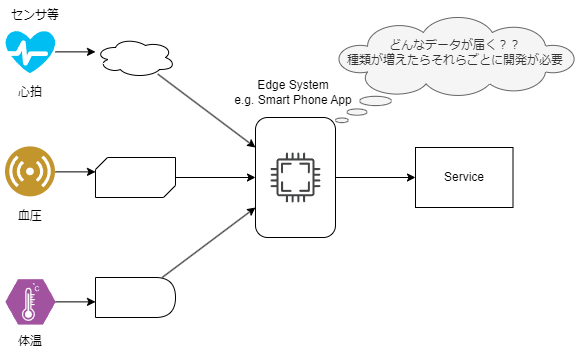
Above: docs/spec_guide/basic_before.drawio.png in data-container-for-wearable-sensor/StartGuide (draw.io), before the change. Source tidied: cells renumbered, new cells last; positions are measured from the earlier drawing's top-left corner, leaving out a move shared by most shapes.
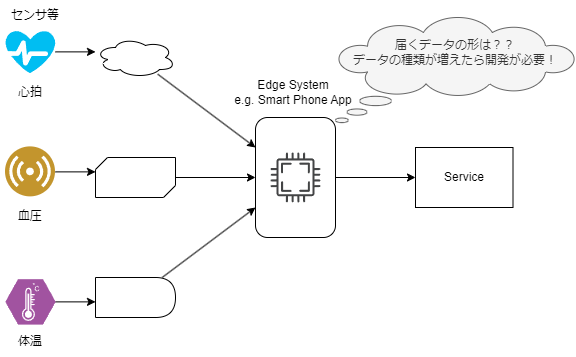
After the commit.

The edit, as a diff of the source:
```diff
@@ -32,7 +32,7 @@
     <mxCell id="11" value="Service" style="rounded=0;whiteSpace=wrap;html=1;fillColor=none;" parent="1" vertex="1">
       <mxGeometry x="415" y="147" width="97.5" height="60" as="geometry" />
     </mxCell>
-    <mxCell id="12" value="&lt;br&gt;どんなデータが届く？？&lt;br&gt;種類が増えたらそれらごとに開発が必要&lt;br&gt;" style="whiteSpace=wrap;html=1;shape=mxgraph.basic.cloud_callout;fillColor=#f5f5f5;verticalAlign=top;fontColor=#333333;strokeColor=#666666;" parent="1" vertex="1">
+    <mxCell id="12" value="&lt;br&gt;届くデータの形は？？&lt;br&gt;データの種類が増えたら開発が必要！" style="whiteSpace=wrap;html=1;shape=mxgraph.basic.cloud_callout;fillColor=#f5f5f5;verticalAlign=top;fontColor=#333333;strokeColor=#666666;" parent="1" vertex="1">
       <mxGeometry x="335" y="17" width="240" height="105" as="geometry" />
     </mxCell>
     <mxCell id="13" style="sketch=0;shadow=0;dashed=0;html=1;strokeColor=none;fillColor=#434445;labelPosition=center;verticalLabelPosition=bottom;verticalAlign=top;align=center;shape=mxgraph.vvd.cpu;" parent="1" vertex="1">
```
